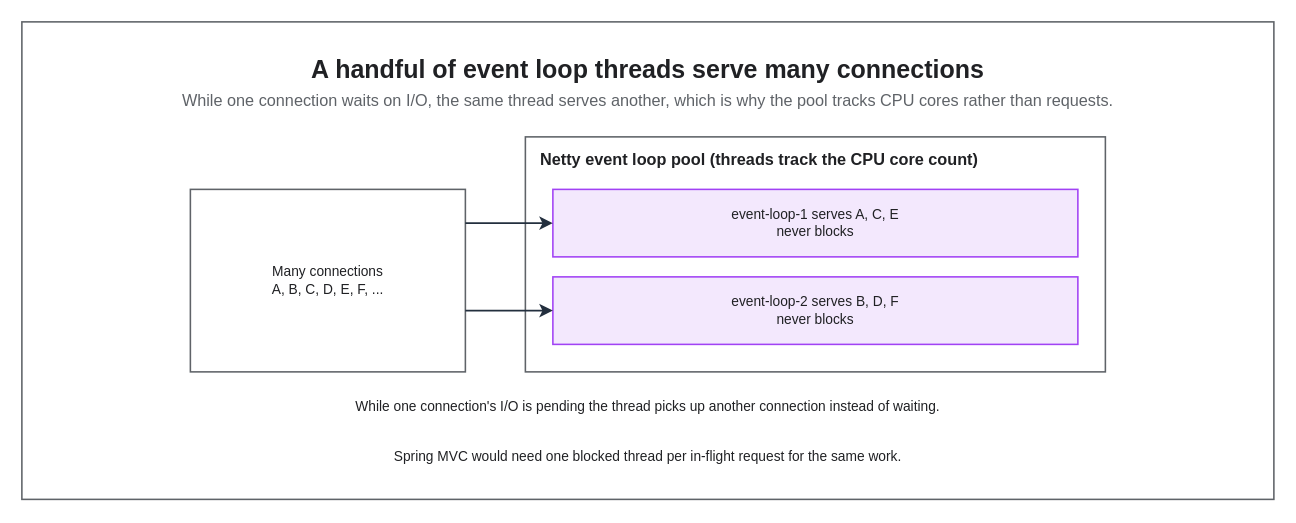
The draw.io diagram assets/img/spring/spring-11-webflux-event-loop.drawio in KKamJi98/kkamji98.github.io, before the edit. Source tidied: cells renumbered, new cells numbered last; positions are measured from the earlier drawing's top-left corner, leaving out a move shared by most shapes. Both pictures are drawn from the tidied source at 125%, with x=0, y=0 at pixel (21, 21).
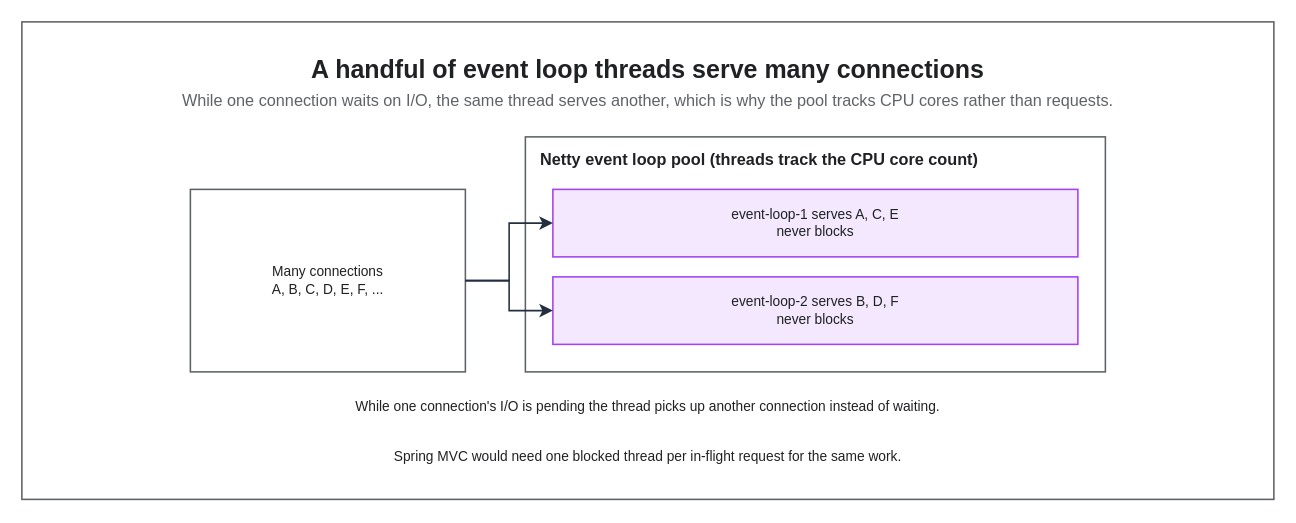
The same page after the edit.

Change to the diagram source:
```diff
@@
 <mxGraphModel background="#FFFFFF">
   <root>
     <mxCell id="0" />
     <mxCell id="1" parent="0" />
     <mxCell id="2" style="rounded=0;html=0;fillColor=none;strokeColor=#5F6368;fontColor=#202124;strokeWidth=1.25;" parent="1" vertex="1">
       <mxGeometry width="1001.6" height="382" as="geometry" />
     </mxCell>
     <mxCell id="3" value="A handful of event loop threads serve many connections" style="text;html=0;whiteSpace=wrap;fillColor=none;strokeColor=none;fontColor=#202124;fontSize=20;fontStyle=1;align=center;verticalAlign=middle;" parent="1" vertex="1">
       <mxGeometry x="22" y="22" width="957.6" height="30" as="geometry" />
     </mxCell>
     <mxCell id="4" value="While one connection waits on I/O, the same thread serves another, which is why the pool tracks CPU cores rather than requests." style="text;html=0;whiteSpace=wrap;fillColor=none;strokeColor=none;fontColor=#5F6368;fontSize=13;fontStyle=0;align=center;verticalAlign=middle;" parent="1" vertex="1">
       <mxGeometry x="22" y="52" width="957.6" height="22" as="geometry" />
     </mxCell>
     <mxCell id="5" value="Netty event loop pool (threads track the CPU core count)" style="rounded=0;whiteSpace=wrap;html=0;fillColor=none;strokeColor=#5F6368;fontColor=#202124;fontSize=13;fontStyle=1;align=left;verticalAlign=top;spacingLeft=10;spacingTop=4;strokeWidth=1.25;dashed=0;" parent="1" vertex="1">
       <mxGeometry x="402.8" y="92" width="464" height="188" as="geometry" />
     </mxCell>
     <mxCell id="6" value="Many connections&#10;A, B, C, D, E, F, ..." style="rounded=0;whiteSpace=wrap;html=0;fillColor=#FFFFFF;strokeColor=#5F6368;fontColor=#202124;fontSize=11;fontStyle=0;align=center;verticalAlign=middle;spacingLeft=6;spacingRight=6;strokeWidth=1.25;" parent="1" vertex="1">
       <mxGeometry x="134.8" y="134" width="220" height="146" as="geometry" />
     </mxCell>
     <mxCell id="7" value="event-loop-1 serves A, C, E&#10;never blocks" style="rounded=0;whiteSpace=wrap;html=0;fillColor=#F3E8FD;strokeColor=#A142F4;fontColor=#202124;fontSize=11;fontStyle=0;align=center;verticalAlign=middle;spacingLeft=6;spacingRight=6;strokeWidth=1.25;" parent="1" vertex="1">
       <mxGeometry x="424.8" y="134" width="420" height="54" as="geometry" />
     </mxCell>
     <mxCell id="8" value="event-loop-2 serves B, D, F&#10;never blocks" style="rounded=0;whiteSpace=wrap;html=0;fillColor=#F3E8FD;strokeColor=#A142F4;fontColor=#202124;fontSize=11;fontStyle=0;align=center;verticalAlign=middle;spacingLeft=6;spacingRight=6;strokeWidth=1.25;" parent="1" vertex="1">
       <mxGeometry x="424.8" y="204" width="420" height="54" as="geometry" />
     </mxCell>
     <mxCell id="9" value="While one connection's I/O is pending the thread picks up another connection instead of waiting." style="text;html=0;whiteSpace=wrap;fillColor=none;strokeColor=none;fontColor=#202124;fontSize=11;fontStyle=0;align=center;verticalAlign=middle;" parent="1" vertex="1">
       <mxGeometry x="134.8" y="296" width="732" height="24" as="geometry" />
     </mxCell>
     <mxCell id="10" value="Spring MVC would need one blocked thread per in-flight request for the same work." style="text;html=0;whiteSpace=wrap;fillColor=none;strokeColor=none;fontColor=#202124;fontSize=11;fontStyle=0;align=center;verticalAlign=middle;" parent="1" vertex="1">
       <mxGeometry x="134.8" y="336" width="732" height="24" as="geometry" />
     </mxCell>
-    <mxCell id="11" style="edgeStyle=orthogonalEdgeStyle;rounded=0;html=0;strokeColor=#232F3E;strokeWidth=1.25;endArrow=classic;endFill=1;endSize=7;fontSize=11;fontColor=#202124;labelBackgroundColor=none;jettySize=14;exitX=1;exitY=0.1849;entryX=0;entryY=0.5;exitDx=0;exitDy=0;entryDx=0;entryDy=0;" parent="1" edge="1" source="6" target="7">
-      <mxGeometry relative="1" as="geometry" />
+    <mxCell id="11" style="edgeStyle=orthogonalEdgeStyle;rounded=0;html=0;strokeColor=#232F3E;strokeWidth=1.25;endArrow=classic;endFill=1;endSize=7;fontSize=11;fontColor=#202124;labelBackgroundColor=none;jettySize=14;exitX=1;exitY=0.5;entryX=0;entryY=0.5;exitDx=0;exitDy=0;entryDx=0;entryDy=0;" parent="1" edge="1" source="6" target="7">
+      <mxGeometry relative="1" as="geometry">
+        <Array as="points">
+          <mxPoint x="389.8" y="207" />
+          <mxPoint x="389.8" y="161" />
+        </Array>
+      </mxGeometry>
     </mxCell>
-    <mxCell id="12" style="edgeStyle=orthogonalEdgeStyle;rounded=0;html=0;strokeColor=#232F3E;strokeWidth=1.25;endArrow=classic;endFill=1;endSize=7;fontSize=11;fontColor=#202124;labelBackgroundColor=none;jettySize=14;exitX=1;exitY=0.6644;entryX=0;entryY=0.5;exitDx=0;exitDy=0;entryDx=0;entryDy=0;" parent="1" edge="1" source="6" target="8">
-      <mxGeometry relative="1" as="geometry" />
+    <mxCell id="12" style="edgeStyle=orthogonalEdgeStyle;rounded=0;html=0;strokeColor=#232F3E;strokeWidth=1.25;endArrow=classic;endFill=1;endSize=7;fontSize=11;fontColor=#202124;labelBackgroundColor=none;jettySize=14;exitX=1;exitY=0.5;entryX=0;entryY=0.5;exitDx=0;exitDy=0;entryDx=0;entryDy=0;" parent="1" edge="1" source="6" target="8">
+      <mxGeometry relative="1" as="geometry">
+        <Array as="points">
+          <mxPoint x="389.8" y="207" />
+          <mxPoint x="389.8" y="231" />
+        </Array>
+      </mxGeometry>
     </mxCell>
   </root>
 </mxGraphModel>
```
